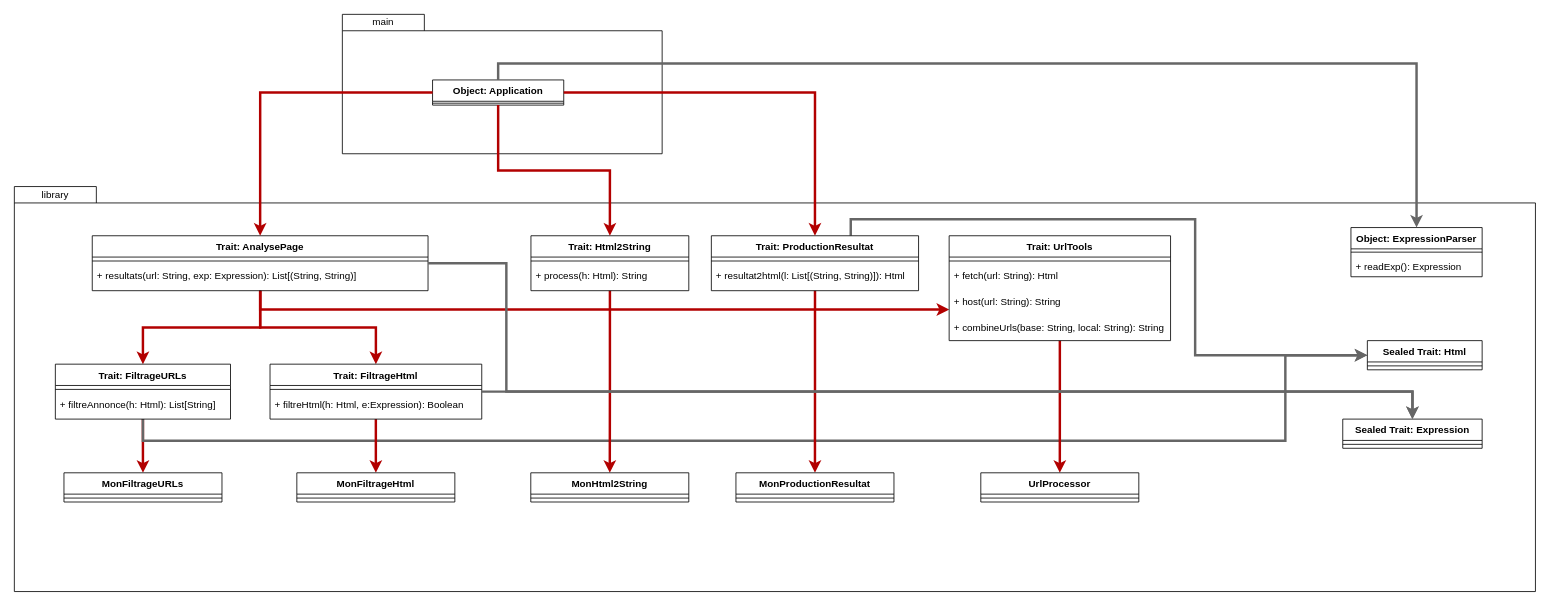
The draw.io diagram TP_UML.drawio in CodyAdam/project__classifieds-search, before the edit. Source tidied: cells renumbered, new cells numbered last; positions are measured from the earlier drawing's top-left corner, leaving out a move shared by most shapes. Both pictures are drawn from the tidied source at 82%, with x=0, y=0 at pixel (14, 14).
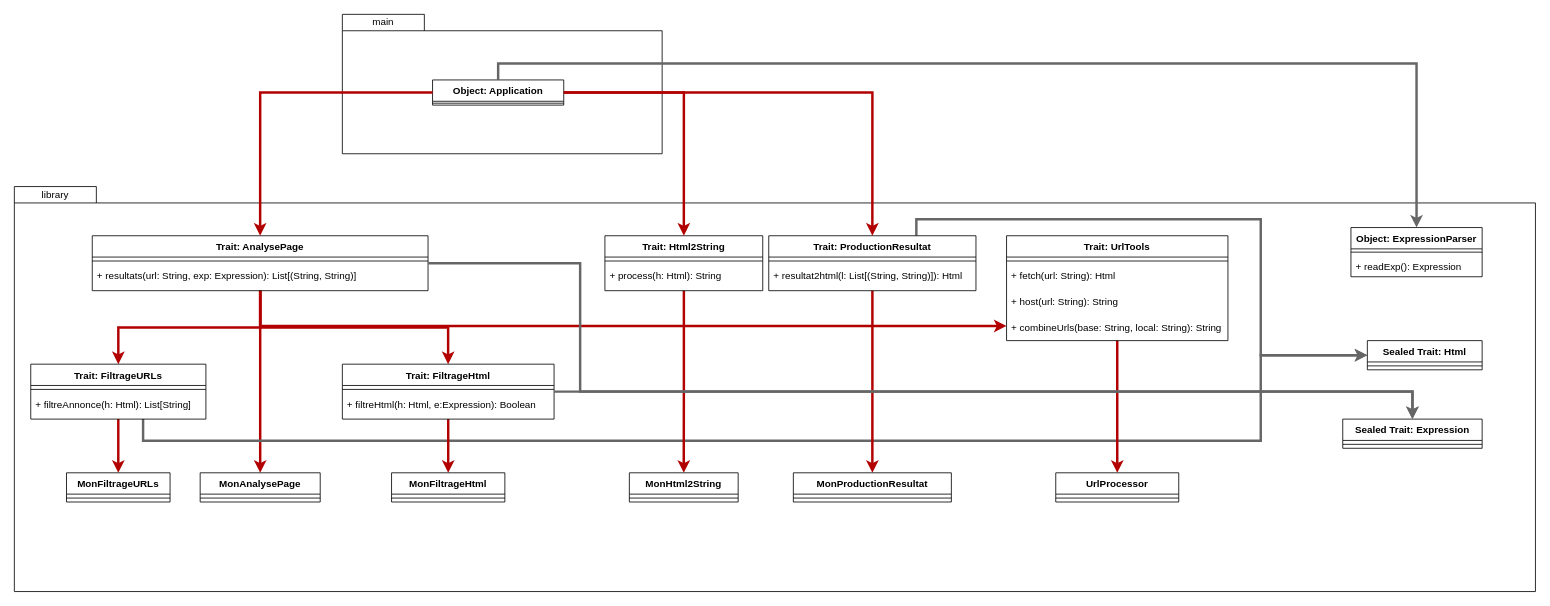
Above is the later version.

Unchanged cells that the change refers to:
```xml
<mxCell id="2" style="group;rounded=0;direction=west;" parent="1" vertex="1">
  <mxGeometry y="210" width="1855" height="493.9" as="geometry" />
</mxCell>
<mxCell id="8" value="Trait: AnalysePage" style="swimlane;fontStyle=1;align=center;verticalAlign=top;horizontal=1;startSize=26;" parent="2" vertex="1">
  <mxGeometry x="95" y="60" width="409.5" height="67" as="geometry" />
</mxCell>
<mxCell id="37" value="Sealed Trait: Expression" style="swimlane;fontStyle=1;align=center;verticalAlign=top;horizontal=1;startSize=26;" parent="2" vertex="1">
  <mxGeometry x="1620" y="283.6" width="170" height="35.6" as="geometry" />
</mxCell>
<mxCell id="42" value="Sealed Trait: Html" style="swimlane;fontStyle=1;align=center;verticalAlign=top;horizontal=1;startSize=26;" parent="2" vertex="1">
  <mxGeometry x="1650" y="187.9" width="140" height="35.6" as="geometry" />
</mxCell>
```

Diff of the diagram source:
```diff
@@
     <mxCell id="6" style="edgeStyle=orthogonalEdgeStyle;rounded=0;jettySize=auto;html=1;strokeWidth=3;fillColor=#e51400;strokeColor=#B20000;" parent="2" edge="1" source="8" target="17">
-      <mxGeometry relative="1" as="geometry" />
+      <mxGeometry relative="1" as="geometry">
+        <Array as="points">
+          <mxPoint x="300" y="172" />
+          <mxPoint x="529" y="172" />
+        </Array>
+      </mxGeometry>
     </mxCell>
     <mxCell id="7" style="edgeStyle=orthogonalEdgeStyle;rounded=0;jettySize=auto;html=1;strokeWidth=3;fillColor=#e51400;strokeColor=#B20000;" parent="2" edge="1" source="8" target="45">
       <mxGeometry relative="1" as="geometry">
         <Array as="points">
-          <mxPoint x="300" y="150" />
+          <mxPoint x="300" y="170" />
         </Array>
       </mxGeometry>
     </mxCell>
+    <mxCell id="63" style="edgeStyle=orthogonalEdgeStyle;rounded=0;jettySize=auto;html=1;entryX=0.5;entryY=0;entryDx=0;entryDy=0;strokeWidth=3;fillColor=#e51400;strokeColor=#B20000;" parent="2" edge="1" source="8" target="64">
+      <mxGeometry relative="1" as="geometry">
+        <Array as="points">
+          <mxPoint x="300" y="349" />
+        </Array>
+      </mxGeometry>
+    </mxCell>
@@
     <mxCell id="12" style="edgeStyle=orthogonalEdgeStyle;rounded=0;jettySize=auto;html=1;entryX=0;entryY=0.5;entryDx=0;entryDy=0;strokeWidth=3;fillColor=#f5f5f5;strokeColor=#666666;" parent="2" edge="1" source="13" target="42">
       <mxGeometry relative="1" as="geometry">
         <Array as="points">
           <mxPoint x="157" y="310" />
-          <mxPoint x="1550" y="310" />
-          <mxPoint x="1550" y="206" />
+          <mxPoint x="1520" y="310" />
+          <mxPoint x="1520" y="206" />
         </Array>
       </mxGeometry>
     </mxCell>
     <mxCell id="13" value="Trait: FiltrageURLs" style="swimlane;fontStyle=1;align=center;verticalAlign=top;horizontal=1;startSize=26;" parent="2" vertex="1">
-      <mxGeometry x="50" y="216.6" width="213.6" height="67" as="geometry" />
+      <mxGeometry x="20" y="216.6" width="213.6" height="67" as="geometry" />
     </mxCell>
@@
     <mxCell id="17" value="Trait: FiltrageHtml" style="swimlane;fontStyle=1;align=center;verticalAlign=top;horizontal=1;startSize=26;" parent="2" vertex="1">
-      <mxGeometry x="311.8" y="216.6" width="258.2" height="67" as="geometry" />
+      <mxGeometry x="400" y="216.6" width="258.2" height="67" as="geometry" />
     </mxCell>
@@
     <mxCell id="21" value="Trait: Html2String" style="swimlane;fontStyle=1;align=center;verticalAlign=top;horizontal=1;startSize=26;" parent="2" vertex="1">
-      <mxGeometry x="630" y="60" width="192.5" height="67" as="geometry" />
+      <mxGeometry x="720.2" y="60" width="192.5" height="67" as="geometry" />
     </mxCell>
@@
     <mxCell id="25" style="edgeStyle=orthogonalEdgeStyle;rounded=0;jettySize=auto;html=1;entryX=0;entryY=0.5;entryDx=0;entryDy=0;strokeWidth=3;fillColor=#f5f5f5;strokeColor=#666666;" parent="2" edge="1" source="26" target="42">
       <mxGeometry relative="1" as="geometry">
         <Array as="points">
-          <mxPoint x="1020" y="40" />
-          <mxPoint x="1440" y="40" />
-          <mxPoint x="1440" y="206" />
+          <mxPoint x="1100" y="40" />
+          <mxPoint x="1520" y="40" />
+          <mxPoint x="1520" y="206" />
         </Array>
       </mxGeometry>
     </mxCell>
     <mxCell id="26" value="Trait: ProductionResultat" style="swimlane;fontStyle=1;align=center;verticalAlign=top;horizontal=1;startSize=26;" parent="2" vertex="1">
-      <mxGeometry x="850" y="60" width="252.7" height="67" as="geometry" />
+      <mxGeometry x="920" y="60" width="252.7" height="67" as="geometry" />
     </mxCell>
@@
     <mxCell id="29" value="MonFiltrageURLs" style="swimlane;fontStyle=1;align=center;verticalAlign=top;horizontal=1;startSize=26;" parent="2" vertex="1">
-      <mxGeometry x="60.5" y="349.1" width="192.7" height="35.6" as="geometry" />
+      <mxGeometry x="63.6" y="349.1" width="126.3" height="35.6" as="geometry" />
     </mxCell>
     <mxCell id="30" style="line;strokeWidth=1;fillColor=none;align=left;verticalAlign=middle;spacingTop=-1;spacingLeft=3;spacingRight=3;labelPosition=right;" parent="29" vertex="1">
-      <mxGeometry y="26" width="192.7" height="9.6" as="geometry" />
+      <mxGeometry y="26" width="126.3" height="9.6" as="geometry" />
     </mxCell>
     <mxCell id="31" value="MonFiltrageHtml" style="swimlane;fontStyle=1;align=center;verticalAlign=top;horizontal=1;startSize=26;" parent="2" vertex="1">
-      <mxGeometry x="344.5" y="349.1" width="192.7" height="35.6" as="geometry" />
+      <mxGeometry x="460" y="349.1" width="138.2" height="35.6" as="geometry" />
     </mxCell>
     <mxCell id="32" style="line;strokeWidth=1;fillColor=none;align=left;verticalAlign=middle;spacingTop=-1;spacingLeft=3;spacingRight=3;labelPosition=right;" parent="31" vertex="1">
-      <mxGeometry y="26" width="192.7" height="9.6" as="geometry" />
+      <mxGeometry y="26" width="138.2" height="9.6" as="geometry" />
     </mxCell>
     <mxCell id="33" value="MonHtml2String" style="swimlane;fontStyle=1;align=center;verticalAlign=top;horizontal=1;startSize=26;" parent="2" vertex="1">
-      <mxGeometry x="629.8" y="349.1" width="192.7" height="35.6" as="geometry" />
+      <mxGeometry x="750" y="349.1" width="132.7" height="35.6" as="geometry" />
     </mxCell>
     <mxCell id="34" style="line;strokeWidth=1;fillColor=none;align=left;verticalAlign=middle;spacingTop=-1;spacingLeft=3;spacingRight=3;labelPosition=right;" parent="33" vertex="1">
-      <mxGeometry y="26" width="192.7" height="9.6" as="geometry" />
+      <mxGeometry y="26" width="132.7" height="9.6" as="geometry" />
     </mxCell>
     <mxCell id="35" value="MonProductionResultat" style="swimlane;fontStyle=1;align=center;verticalAlign=top;horizontal=1;startSize=26;" parent="2" vertex="1">
-      <mxGeometry x="880" y="349.1" width="192.7" height="35.6" as="geometry" />
+      <mxGeometry x="950" y="349.1" width="192.7" height="35.6" as="geometry" />
     </mxCell>
@@
     <mxCell id="45" value="Trait: UrlTools" style="swimlane;fontStyle=1;align=center;verticalAlign=top;horizontal=1;startSize=26;" parent="2" vertex="1">
-      <mxGeometry x="1140" y="60" width="270" height="127.9" as="geometry" />
+      <mxGeometry x="1210" y="60" width="270" height="127.9" as="geometry" />
     </mxCell>
@@
     <mxCell id="50" value="UrlProcessor" style="swimlane;fontStyle=1;align=center;verticalAlign=top;horizontal=1;startSize=26;" parent="2" vertex="1">
-      <mxGeometry x="1178.6" y="349.1" width="192.7" height="35.6" as="geometry" />
+      <mxGeometry x="1270" y="349.1" width="150" height="35.6" as="geometry" />
     </mxCell>
     <mxCell id="51" style="line;strokeWidth=1;fillColor=none;align=left;verticalAlign=middle;spacingTop=-1;spacingLeft=3;spacingRight=3;labelPosition=right;" parent="50" vertex="1">
-      <mxGeometry y="26" width="192.7" height="9.6" as="geometry" />
+      <mxGeometry y="26" width="150" height="9.6" as="geometry" />
     </mxCell>
     <mxCell id="52" style="edgeStyle=orthogonalEdgeStyle;rounded=0;jettySize=auto;html=1;strokeWidth=3;entryX=0.5;entryY=0;entryDx=0;entryDy=0;fillColor=#f5f5f5;strokeColor=#666666;" parent="2" edge="1" source="8" target="37">
       <mxGeometry relative="1" as="geometry">
         <Array as="points">
-          <mxPoint x="600" y="94" />
-          <mxPoint x="600" y="250" />
+          <mxPoint x="690" y="94" />
+          <mxPoint x="690" y="250" />
           <mxPoint x="1705" y="250" />
         </Array>
       </mxGeometry>
     </mxCell>
@@
+    <mxCell id="64" value="MonAnalysePage" style="swimlane;fontStyle=1;align=center;verticalAlign=top;horizontal=1;startSize=26;" parent="2" vertex="1">
+      <mxGeometry x="226.6" y="349.1" width="146.4" height="35.6" as="geometry" />
+    </mxCell>
+    <mxCell id="65" style="line;strokeWidth=1;fillColor=none;align=left;verticalAlign=middle;spacingTop=-1;spacingLeft=3;spacingRight=3;labelPosition=right;" parent="64" vertex="1">
+      <mxGeometry y="26" width="146.4" height="9.6" as="geometry" />
+    </mxCell>
```
